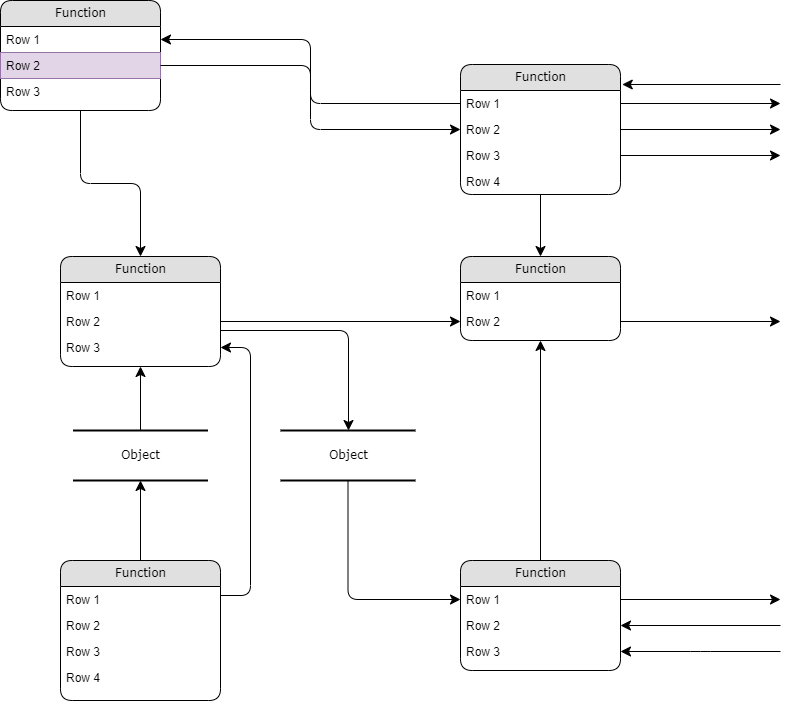
Earlier version of the draw.io export Diagrama sin título.drawio.png (GregBanegasL/DiagramaDatos). Source tidied: cells renumbered, new cells last; positions are measured from the earlier drawing's top-left corner, leaving out a move shared by most shapes.
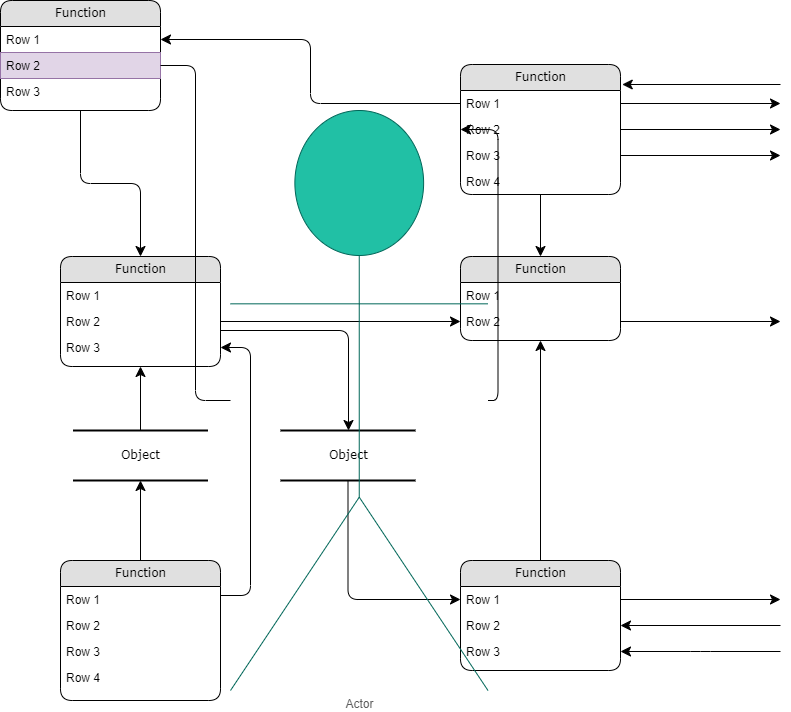
Above is the later version.

Diff of the diagram source:
```diff
@@ -116,7 +116,7 @@
     <mxCell id="36" style="edgeStyle=orthogonalEdgeStyle;html=1;labelBackgroundColor=none;startFill=0;startSize=8;endFill=1;endSize=8;fontFamily=Verdana;fontSize=12;" parent="1" edge="1" source="7" target="21">
       <mxGeometry relative="1" as="geometry" />
     </mxCell>
-    <mxCell id="37" style="edgeStyle=orthogonalEdgeStyle;html=1;entryX=0;entryY=0.5;labelBackgroundColor=none;startFill=0;startSize=8;endFill=1;endSize=8;fontFamily=Verdana;fontSize=12;exitX=1;exitY=0.5;" parent="1" edge="1" source="5" target="9">
+    <mxCell id="37" style="edgeStyle=orthogonalEdgeStyle;html=1;entryX=0;entryY=0.5;labelBackgroundColor=none;startFill=0;startSize=8;endFill=1;endSize=8;fontFamily=Verdana;fontSize=12;exitX=1;exitY=0.5;startArrow=none;" parent="1" edge="1" source="48" target="9">
       <mxGeometry relative="1" as="geometry" />
     </mxCell>
     <mxCell id="38" style="edgeStyle=orthogonalEdgeStyle;html=1;exitX=0;exitY=0.5;entryX=1;entryY=0.5;labelBackgroundColor=none;startFill=0;startSize=8;endFill=1;endSize=8;fontFamily=Verdana;fontSize=12;" parent="1" edge="1" source="8" target="4">
@@ -175,5 +175,11 @@
         </Array>
       </mxGeometry>
     </mxCell>
+    <mxCell id="48" value="Actor" style="shape=umlActor;verticalLabelPosition=bottom;verticalAlign=top;html=1;outlineConnect=0;fontColor=#5C5C5C;strokeColor=#006658;fillColor=#21C0A5;" parent="1" vertex="1">
+      <mxGeometry x="230" y="110" width="257.5" height="580" as="geometry" />
+    </mxCell>
+    <mxCell id="49" style="edgeStyle=orthogonalEdgeStyle;html=1;entryX=0;entryY=0.5;labelBackgroundColor=none;startFill=0;startSize=8;endFill=1;endSize=8;fontFamily=Verdana;fontSize=12;exitX=1;exitY=0.5;endArrow=none;" parent="1" edge="1" source="5" target="48">
+      <mxGeometry relative="1" as="geometry" />
+    </mxCell>
   </root>
 </mxGraphModel>
```
